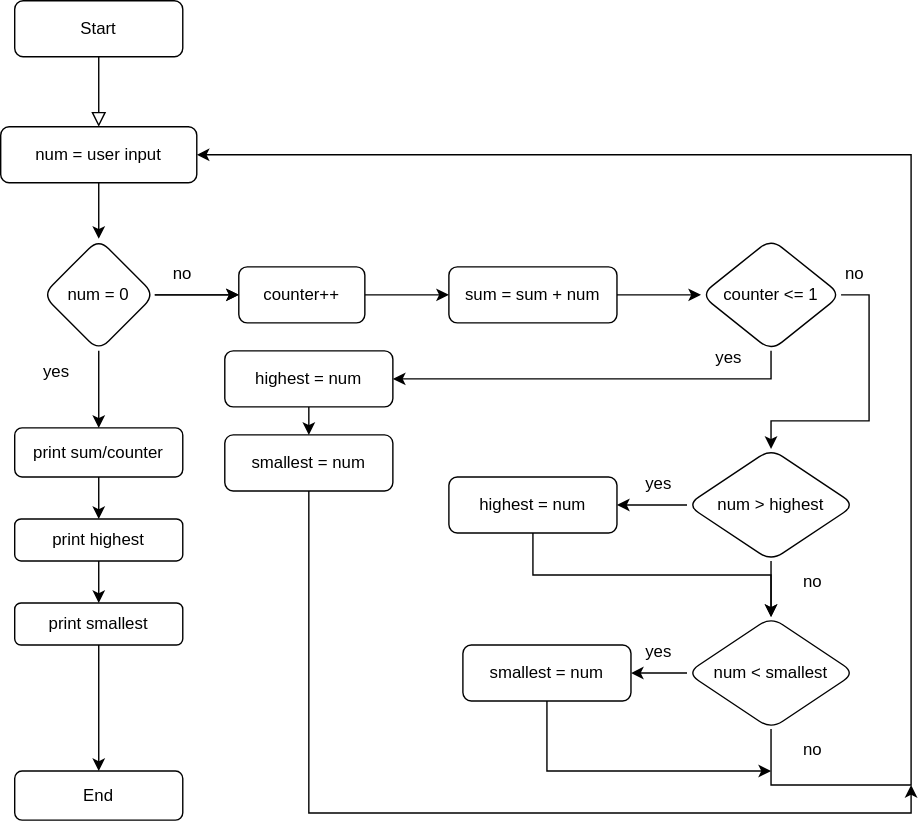
This is Week_01/algorithm_mod2_asmnt1.drawio.svg from bilalalissa/The-JavaScript-Boot-Camp-by-Flavio, a draw.io export, as it was before one commit. Source tidied: cells renumbered, new cells last; positions are measured from the earlier drawing's top-left corner, leaving out a move shared by most shapes.
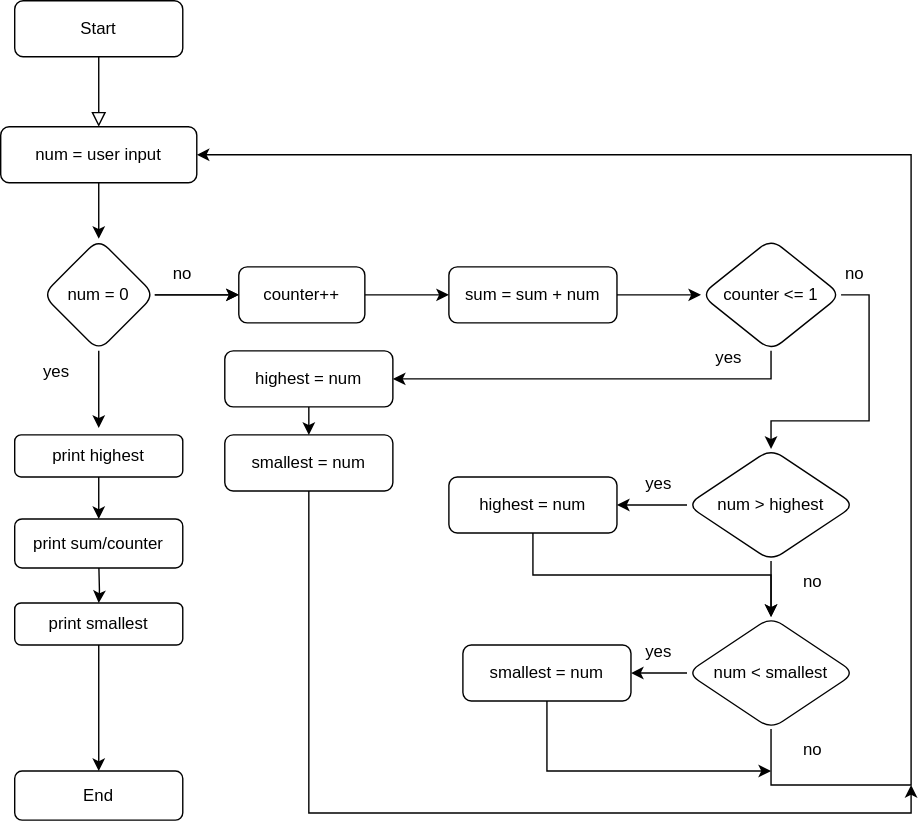
After the change.

The edit, as a diff of the source:
```diff
@@ -17,8 +17,10 @@
       <mxGeometry y="90" width="140" height="40" as="geometry" />
     </mxCell>
     <object id="6" label="" placeholders="1">
-      <mxCell style="edgeStyle=orthogonalEdgeStyle;rounded=0;jettySize=auto;html=1;" parent="1" edge="1" source="9" target="11">
-        <mxGeometry relative="1" as="geometry" />
+      <mxCell style="edgeStyle=orthogonalEdgeStyle;rounded=0;jettySize=auto;html=1;" parent="1" edge="1" source="9">
+        <mxGeometry relative="1" as="geometry">
+          <mxPoint x="70" y="305" as="targetPoint" />
+        </mxGeometry>
       </mxCell>
     </object>
     <mxCell id="7" style="edgeStyle=orthogonalEdgeStyle;rounded=0;jettySize=auto;html=1;" parent="1" edge="1" source="9" target="14">
@@ -30,12 +32,12 @@
     <mxCell id="9" value="num = 0" style="rhombus;whiteSpace=wrap;html=1;rounded=1;" parent="1" vertex="1">
       <mxGeometry x="30" y="170" width="80" height="80" as="geometry" />
     </mxCell>
-    <mxCell id="10" style="edgeStyle=orthogonalEdgeStyle;rounded=0;jettySize=auto;html=1;" parent="1" edge="1" source="11" target="29">
-      <mxGeometry relative="1" as="geometry" />
+    <mxCell id="10" style="edgeStyle=orthogonalEdgeStyle;rounded=0;orthogonalLoop=1;jettySize=auto;html=1;" parent="1" edge="1">
+      <mxGeometry relative="1" as="geometry">
+        <mxPoint x="70" y="340" as="sourcePoint" />
+        <mxPoint x="70" y="370" as="targetPoint" />
+      </mxGeometry>
     </mxCell>
-    <mxCell id="11" value="print sum/counter" style="whiteSpace=wrap;html=1;rounded=1;" parent="1" vertex="1">
-      <mxGeometry x="10" y="305" width="120" height="35" as="geometry" />
-    </mxCell>
     <mxCell id="12" value="yes" style="text;html=1;strokeColor=none;fillColor=none;align=center;verticalAlign=middle;whiteSpace=wrap;rounded=0;" parent="1" vertex="1">
       <mxGeometry x="10" y="250" width="60" height="30" as="geometry" />
     </mxCell>
@@ -98,12 +100,11 @@
     <mxCell id="27" value="no" style="text;html=1;strokeColor=none;fillColor=none;align=center;verticalAlign=middle;whiteSpace=wrap;rounded=0;" parent="1" vertex="1">
       <mxGeometry x="100" y="180" width="60" height="30" as="geometry" />
     </mxCell>
-    <mxCell id="28" style="edgeStyle=orthogonalEdgeStyle;rounded=0;jettySize=auto;html=1;" parent="1" edge="1" source="29" target="31">
-      <mxGeometry relative="1" as="geometry" />
+    <mxCell id="28" style="edgeStyle=orthogonalEdgeStyle;rounded=0;jettySize=auto;html=1;" parent="1" edge="1" target="31">
+      <mxGeometry relative="1" as="geometry">
+        <mxPoint x="70" y="400" as="sourcePoint" />
+      </mxGeometry>
     </mxCell>
-    <mxCell id="29" value="print highest" style="whiteSpace=wrap;html=1;rounded=1;" parent="1" vertex="1">
-      <mxGeometry x="10" y="370" width="120" height="30" as="geometry" />
-    </mxCell>
     <mxCell id="30" style="edgeStyle=orthogonalEdgeStyle;rounded=0;jettySize=auto;html=1;" parent="1" edge="1" source="31" target="32">
       <mxGeometry relative="1" as="geometry" />
     </mxCell>
@@ -168,5 +169,11 @@
     <mxCell id="45" value="no" style="text;html=1;strokeColor=none;fillColor=none;align=center;verticalAlign=middle;whiteSpace=wrap;rounded=0;" parent="1" vertex="1">
       <mxGeometry x="580" y="180" width="60" height="30" as="geometry" />
     </mxCell>
+    <mxCell id="11" value="print sum/counter" style="whiteSpace=wrap;html=1;rounded=1;" parent="1" vertex="1">
+      <mxGeometry x="10" y="370" width="120" height="35" as="geometry" />
+    </mxCell>
+    <mxCell id="29" value="print highest" style="whiteSpace=wrap;html=1;rounded=1;" parent="1" vertex="1">
+      <mxGeometry x="10" y="310" width="120" height="30" as="geometry" />
+    </mxCell>
   </root>
 </mxGraphModel>
```
